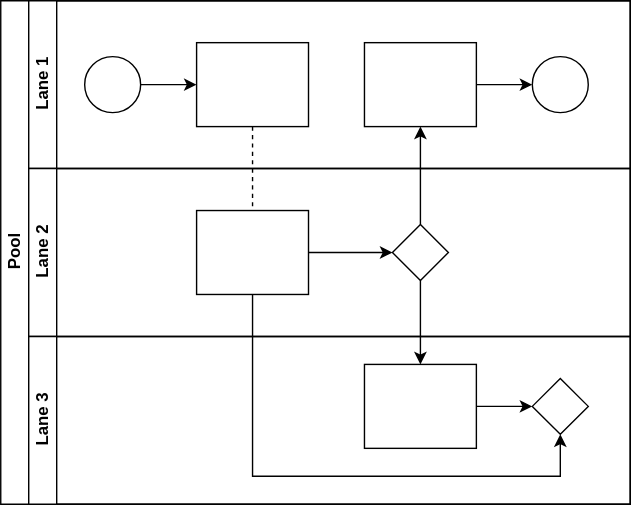
The draw.io diagram workflow.svg in nadiaasrin/neddo, before a commit. Source tidied: cells renumbered, new cells last; positions are measured from the earlier drawing's top-left corner, leaving out a move shared by most shapes. The source it was exported from:
```xml
<mxGraphModel>
  <root>
    <mxCell id="0" />
    <mxCell id="1" parent="0" />
    <mxCell id="2" value="Pool" style="swimlane;html=1;horizontal=0;startSize=20;" parent="1" vertex="1">
      <mxGeometry width="450" height="360" as="geometry" />
    </mxCell>
    <mxCell id="3" style="edgeStyle=orthogonalEdgeStyle;rounded=0;jettySize=auto;html=1;dashed=1;endArrow=none;endFill=0;" parent="2" edge="1" source="10" target="16">
      <mxGeometry relative="1" as="geometry" />
    </mxCell>
    <mxCell id="4" style="edgeStyle=orthogonalEdgeStyle;rounded=0;jettySize=auto;html=1;endArrow=classic;endFill=1;" parent="2" edge="1" source="17" target="12">
      <mxGeometry relative="1" as="geometry" />
    </mxCell>
    <mxCell id="5" style="edgeStyle=orthogonalEdgeStyle;rounded=0;jettySize=auto;html=1;endArrow=classic;endFill=1;" parent="2" edge="1" source="17" target="20">
      <mxGeometry relative="1" as="geometry" />
    </mxCell>
    <mxCell id="6" style="edgeStyle=orthogonalEdgeStyle;rounded=0;jettySize=auto;html=1;endArrow=classic;endFill=1;" parent="2" edge="1" source="16" target="21">
      <mxGeometry relative="1" as="geometry">
        <Array as="points">
          <mxPoint x="180" y="340" />
          <mxPoint x="400" y="340" />
        </Array>
      </mxGeometry>
    </mxCell>
    <mxCell id="7" value="Lane 1" style="swimlane;html=1;startSize=20;horizontal=0;" parent="2" vertex="1">
      <mxGeometry x="20" width="430" height="120" as="geometry" />
    </mxCell>
    <mxCell id="8" style="edgeStyle=orthogonalEdgeStyle;rounded=0;jettySize=auto;html=1;" parent="7" edge="1" source="9" target="10">
      <mxGeometry relative="1" as="geometry" />
    </mxCell>
    <mxCell id="9" style="ellipse;whiteSpace=wrap;html=1;" parent="7" vertex="1">
      <mxGeometry x="40" y="40" width="40" height="40" as="geometry" />
    </mxCell>
    <mxCell id="10" style="rounded=0;whiteSpace=wrap;html=1;fontFamily=Helvetica;fontSize=12;fontColor=#000000;align=center;" parent="7" vertex="1">
      <mxGeometry x="120" y="30" width="80" height="60" as="geometry" />
    </mxCell>
    <mxCell id="11" style="edgeStyle=orthogonalEdgeStyle;rounded=0;jettySize=auto;html=1;endArrow=classic;endFill=1;" parent="7" edge="1" source="12" target="13">
      <mxGeometry relative="1" as="geometry" />
    </mxCell>
    <mxCell id="12" style="rounded=0;whiteSpace=wrap;html=1;fontFamily=Helvetica;fontSize=12;fontColor=#000000;align=center;" parent="7" vertex="1">
      <mxGeometry x="240" y="30" width="80" height="60" as="geometry" />
    </mxCell>
    <mxCell id="13" style="ellipse;whiteSpace=wrap;html=1;" parent="7" vertex="1">
      <mxGeometry x="360" y="40" width="40" height="40" as="geometry" />
    </mxCell>
    <mxCell id="14" value="Lane 2" style="swimlane;html=1;startSize=20;horizontal=0;" parent="2" vertex="1">
      <mxGeometry x="20" y="120" width="430" height="120" as="geometry" />
    </mxCell>
    <mxCell id="15" style="edgeStyle=orthogonalEdgeStyle;rounded=0;jettySize=auto;html=1;endArrow=classic;endFill=1;" parent="14" edge="1" source="16" target="17">
      <mxGeometry relative="1" as="geometry" />
    </mxCell>
    <mxCell id="16" style="rounded=0;whiteSpace=wrap;html=1;fontFamily=Helvetica;fontSize=12;fontColor=#000000;align=center;" parent="14" vertex="1">
      <mxGeometry x="120" y="30" width="80" height="60" as="geometry" />
    </mxCell>
    <mxCell id="17" style="rhombus;whiteSpace=wrap;html=1;fontFamily=Helvetica;fontSize=12;fontColor=#000000;align=center;" parent="14" vertex="1">
      <mxGeometry x="260" y="40" width="40" height="40" as="geometry" />
    </mxCell>
    <mxCell id="18" value="Lane 3" style="swimlane;html=1;startSize=20;horizontal=0;" parent="2" vertex="1">
      <mxGeometry x="20" y="240" width="430" height="120" as="geometry" />
    </mxCell>
    <mxCell id="19" style="edgeStyle=orthogonalEdgeStyle;rounded=0;jettySize=auto;html=1;endArrow=classic;endFill=1;" parent="18" edge="1" source="20" target="21">
      <mxGeometry relative="1" as="geometry" />
    </mxCell>
    <mxCell id="20" style="rounded=0;whiteSpace=wrap;html=1;fontFamily=Helvetica;fontSize=12;fontColor=#000000;align=center;" parent="18" vertex="1">
      <mxGeometry x="240" y="20" width="80" height="60" as="geometry" />
    </mxCell>
    <mxCell id="21" style="rhombus;whiteSpace=wrap;html=1;fontFamily=Helvetica;fontSize=12;fontColor=#000000;align=center;" parent="18" vertex="1">
      <mxGeometry x="360" y="30" width="40" height="40" as="geometry" />
    </mxCell>
  </root>
</mxGraphModel>
```
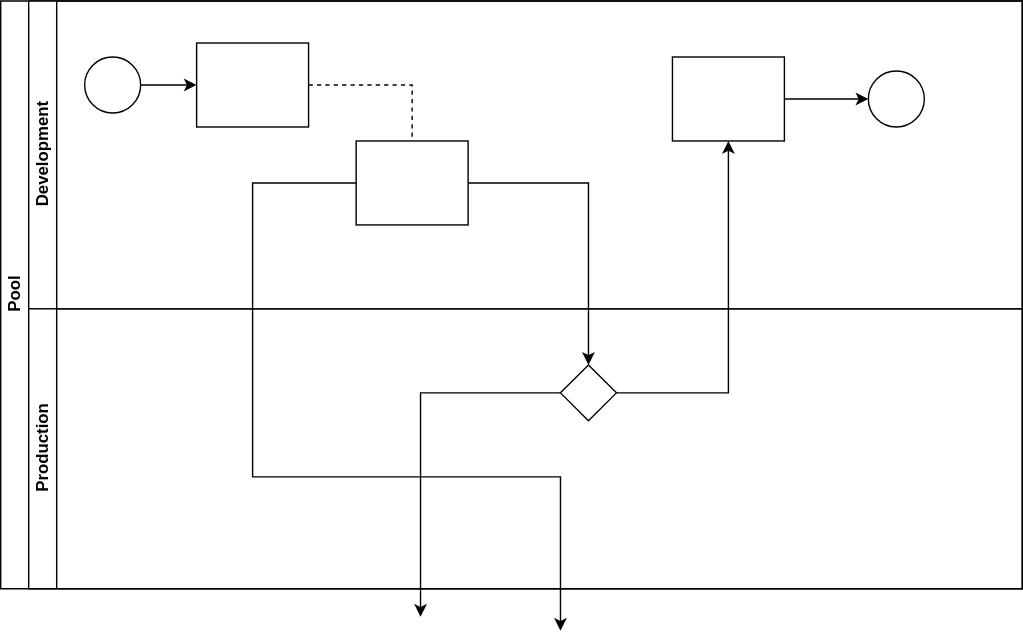
Above is the later version.

The edit, as a diff of the source:
```diff
@@ -3,27 +3,27 @@
     <mxCell id="0" />
     <mxCell id="1" parent="0" />
     <mxCell id="2" value="Pool" style="swimlane;html=1;horizontal=0;startSize=20;" parent="1" vertex="1">
-      <mxGeometry width="450" height="360" as="geometry" />
+      <mxGeometry width="730" height="420" as="geometry" />
     </mxCell>
-    <mxCell id="3" style="edgeStyle=orthogonalEdgeStyle;rounded=0;jettySize=auto;html=1;dashed=1;endArrow=none;endFill=0;" parent="2" edge="1" source="10" target="16">
-      <mxGeometry relative="1" as="geometry" />
-    </mxCell>
     <mxCell id="4" style="edgeStyle=orthogonalEdgeStyle;rounded=0;jettySize=auto;html=1;endArrow=classic;endFill=1;" parent="2" edge="1" source="17" target="12">
       <mxGeometry relative="1" as="geometry" />
     </mxCell>
-    <mxCell id="5" style="edgeStyle=orthogonalEdgeStyle;rounded=0;jettySize=auto;html=1;endArrow=classic;endFill=1;" parent="2" edge="1" source="17" target="20">
-      <mxGeometry relative="1" as="geometry" />
+    <mxCell id="5" style="edgeStyle=orthogonalEdgeStyle;rounded=0;jettySize=auto;html=1;endArrow=classic;endFill=1;" parent="2" edge="1" source="17">
+      <mxGeometry relative="1" as="geometry">
+        <mxPoint x="300" y="440" as="targetPoint" />
+      </mxGeometry>
     </mxCell>
-    <mxCell id="6" style="edgeStyle=orthogonalEdgeStyle;rounded=0;jettySize=auto;html=1;endArrow=classic;endFill=1;" parent="2" edge="1" source="16" target="21">
+    <mxCell id="6" style="edgeStyle=orthogonalEdgeStyle;rounded=0;jettySize=auto;html=1;endArrow=classic;endFill=1;" parent="2" edge="1" source="16">
       <mxGeometry relative="1" as="geometry">
+        <mxPoint x="400" y="450" as="targetPoint" />
         <Array as="points">
           <mxPoint x="180" y="340" />
           <mxPoint x="400" y="340" />
         </Array>
       </mxGeometry>
     </mxCell>
-    <mxCell id="7" value="Lane 1" style="swimlane;html=1;startSize=20;horizontal=0;" parent="2" vertex="1">
-      <mxGeometry x="20" width="430" height="120" as="geometry" />
+    <mxCell id="7" value="Development" style="swimlane;html=1;startSize=20;horizontal=0;" parent="2" vertex="1">
+      <mxGeometry x="20" width="710" height="220" as="geometry" />
     </mxCell>
     <mxCell id="8" style="edgeStyle=orthogonalEdgeStyle;rounded=0;jettySize=auto;html=1;" parent="7" edge="1" source="9" target="10">
       <mxGeometry relative="1" as="geometry" />
@@ -38,34 +38,25 @@
       <mxGeometry relative="1" as="geometry" />
     </mxCell>
     <mxCell id="12" style="rounded=0;whiteSpace=wrap;html=1;fontFamily=Helvetica;fontSize=12;fontColor=#000000;align=center;" parent="7" vertex="1">
-      <mxGeometry x="240" y="30" width="80" height="60" as="geometry" />
+      <mxGeometry x="460" y="40" width="80" height="60" as="geometry" />
     </mxCell>
     <mxCell id="13" style="ellipse;whiteSpace=wrap;html=1;" parent="7" vertex="1">
-      <mxGeometry x="360" y="40" width="40" height="40" as="geometry" />
+      <mxGeometry x="600" y="50" width="40" height="40" as="geometry" />
     </mxCell>
+    <mxCell id="16" style="rounded=0;whiteSpace=wrap;html=1;fontFamily=Helvetica;fontSize=12;fontColor=#000000;align=center;" parent="7" vertex="1">
+      <mxGeometry x="234" y="100" width="80" height="60" as="geometry" />
+    </mxCell>
+    <mxCell id="3" style="edgeStyle=orthogonalEdgeStyle;rounded=0;jettySize=auto;html=1;dashed=1;endArrow=none;endFill=0;" parent="7" edge="1" source="10" target="16">
+      <mxGeometry relative="1" as="geometry" />
+    </mxCell>
-    <mxCell id="14" value="Lane 2" style="swimlane;html=1;startSize=20;horizontal=0;" parent="2" vertex="1">
-      <mxGeometry x="20" y="120" width="430" height="120" as="geometry" />
+    <mxCell id="14" value="Production" style="swimlane;html=1;startSize=20;horizontal=0;" parent="2" vertex="1">
+      <mxGeometry x="20" y="220" width="710" height="200" as="geometry" />
     </mxCell>
+    <mxCell id="17" style="rhombus;whiteSpace=wrap;html=1;fontFamily=Helvetica;fontSize=12;fontColor=#000000;align=center;" parent="14" vertex="1">
+      <mxGeometry x="380" y="40" width="40" height="40" as="geometry" />
+    </mxCell>
-    <mxCell id="15" style="edgeStyle=orthogonalEdgeStyle;rounded=0;jettySize=auto;html=1;endArrow=classic;endFill=1;" parent="14" edge="1" source="16" target="17">
+    <mxCell id="15" style="edgeStyle=orthogonalEdgeStyle;rounded=0;jettySize=auto;html=1;endArrow=classic;endFill=1;" parent="2" edge="1" source="16" target="17">
       <mxGeometry relative="1" as="geometry" />
     </mxCell>
-    <mxCell id="16" style="rounded=0;whiteSpace=wrap;html=1;fontFamily=Helvetica;fontSize=12;fontColor=#000000;align=center;" parent="14" vertex="1">
-      <mxGeometry x="120" y="30" width="80" height="60" as="geometry" />
-    </mxCell>
-    <mxCell id="17" style="rhombus;whiteSpace=wrap;html=1;fontFamily=Helvetica;fontSize=12;fontColor=#000000;align=center;" parent="14" vertex="1">
-      <mxGeometry x="260" y="40" width="40" height="40" as="geometry" />
-    </mxCell>
-    <mxCell id="18" value="Lane 3" style="swimlane;html=1;startSize=20;horizontal=0;" parent="2" vertex="1">
-      <mxGeometry x="20" y="240" width="430" height="120" as="geometry" />
-    </mxCell>
-    <mxCell id="19" style="edgeStyle=orthogonalEdgeStyle;rounded=0;jettySize=auto;html=1;endArrow=classic;endFill=1;" parent="18" edge="1" source="20" target="21">
-      <mxGeometry relative="1" as="geometry" />
-    </mxCell>
-    <mxCell id="20" style="rounded=0;whiteSpace=wrap;html=1;fontFamily=Helvetica;fontSize=12;fontColor=#000000;align=center;" parent="18" vertex="1">
-      <mxGeometry x="240" y="20" width="80" height="60" as="geometry" />
-    </mxCell>
-    <mxCell id="21" style="rhombus;whiteSpace=wrap;html=1;fontFamily=Helvetica;fontSize=12;fontColor=#000000;align=center;" parent="18" vertex="1">
-      <mxGeometry x="360" y="30" width="40" height="40" as="geometry" />
-    </mxCell>
   </root>
 </mxGraphModel>
```
